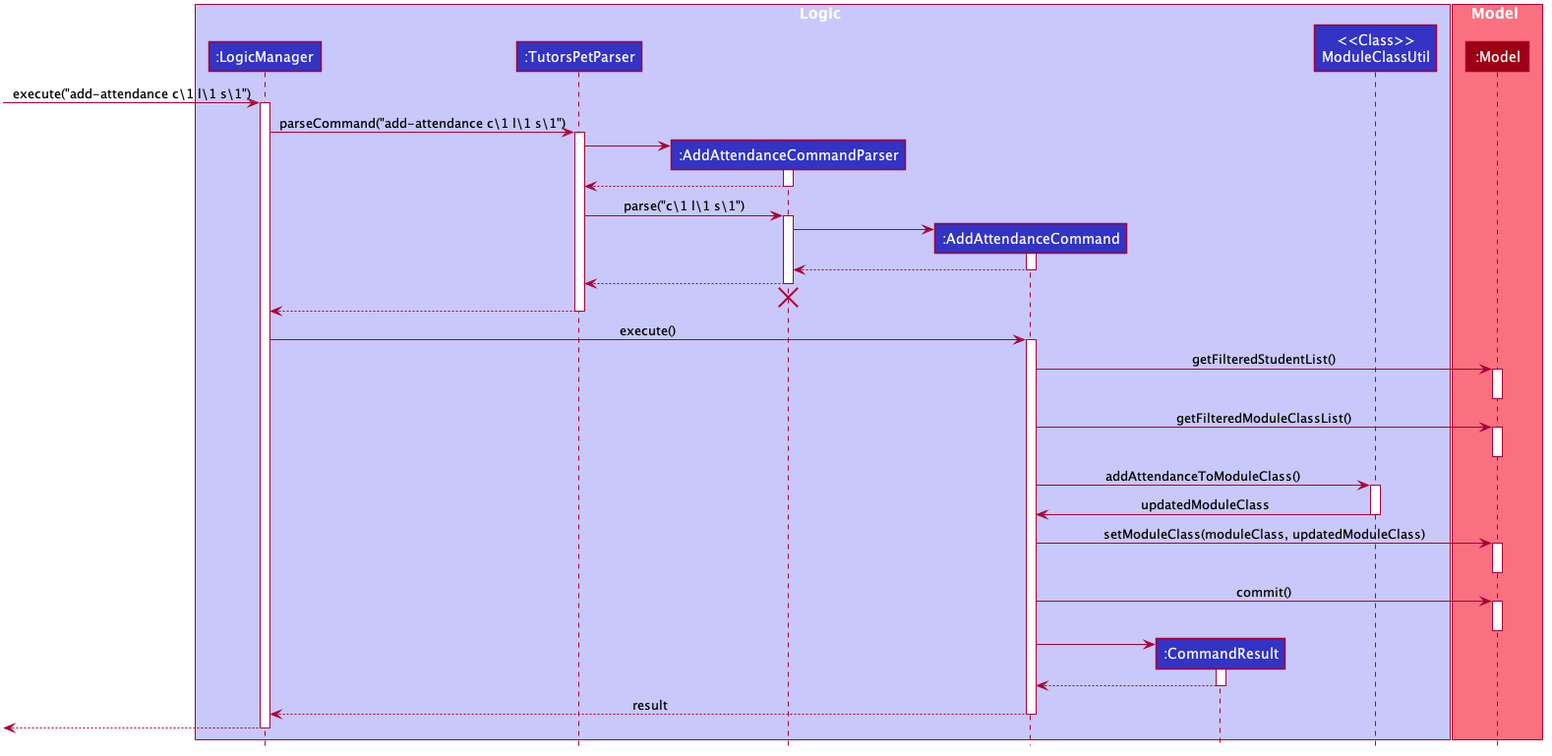
This is docs/images/AddAttendanceSequenceDiagram.png from ypinhsuan/tp, a PlantUML export, as it was before one commit.
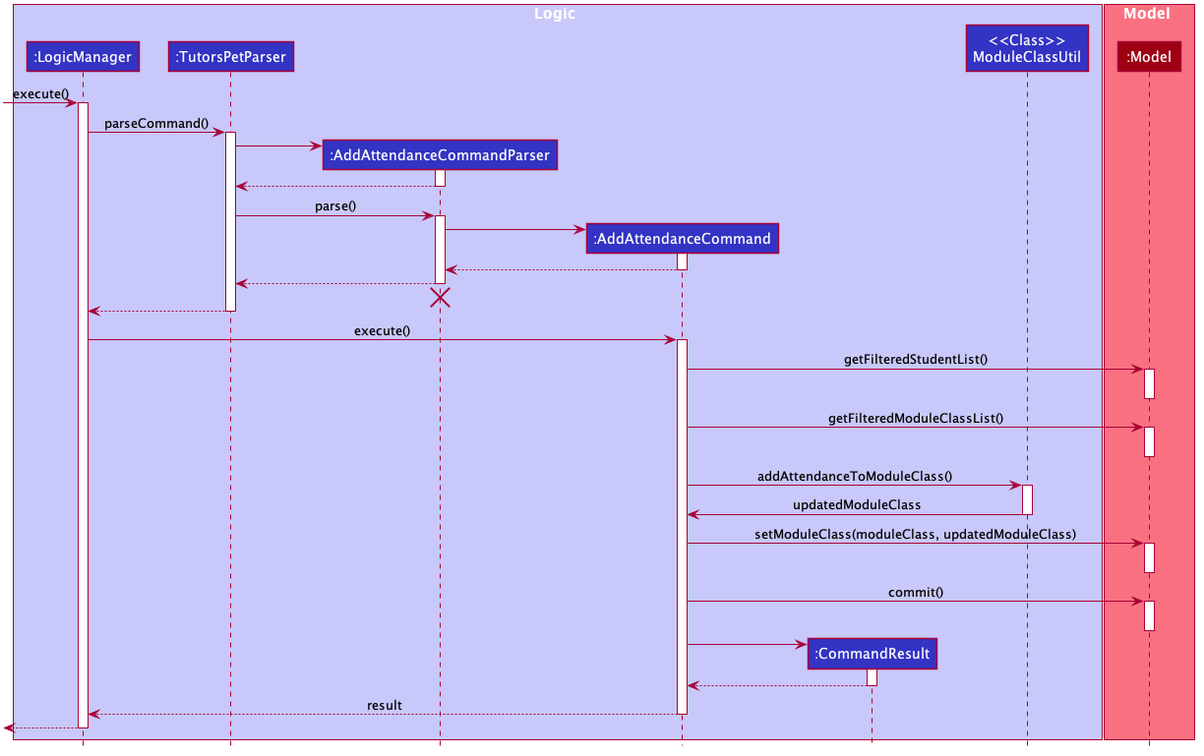
The same diagram one commit later.

The edit, as a diff of the source:
```diff
@@ -61,10 +61,10 @@
 participant ":Model" as Model #9D0012
 end box
 
-[-> LogicManager : execute("add-attendance c\1 l\1 s\1")
+[-> LogicManager : execute()
 activate LogicManager
 
-LogicManager -> TutorsPetParser : parseCommand("add-attendance c\1 l\1 s\1")
+LogicManager -> TutorsPetParser : parseCommand()
 activate TutorsPetParser
 
 create AddAttendanceCommandParser
@@ -74,7 +74,7 @@
 AddAttendanceCommandParser --> TutorsPetParser
 deactivate AddAttendanceCommandParser
 
-TutorsPetParser -> AddAttendanceCommandParser: parse("c\1 l\1 s\1")
+TutorsPetParser -> AddAttendanceCommandParser: parse()
 activate AddAttendanceCommandParser
 
 create AddAttendanceCommand
```
